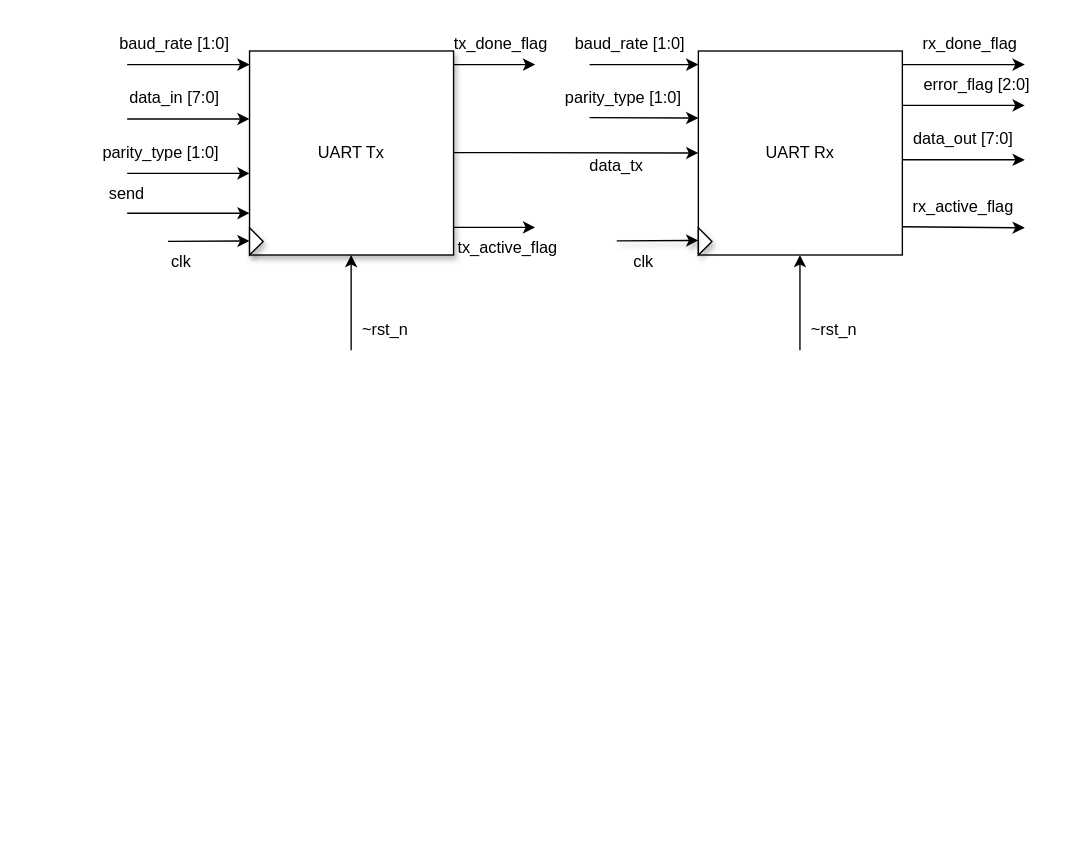
106210049/UART-SystemVerilog keeps this draw.io diagram as page "UART" (1 of 11) of UART Diagram.drawio. Above is the earlier version. Source tidied: cells renumbered, new cells numbered last; positions are measured from the earlier drawing's top-left corner, leaving out a move shared by most shapes. Both pictures are drawn from the tidied source at 136%, with x=0, y=0 at pixel (86, 23).
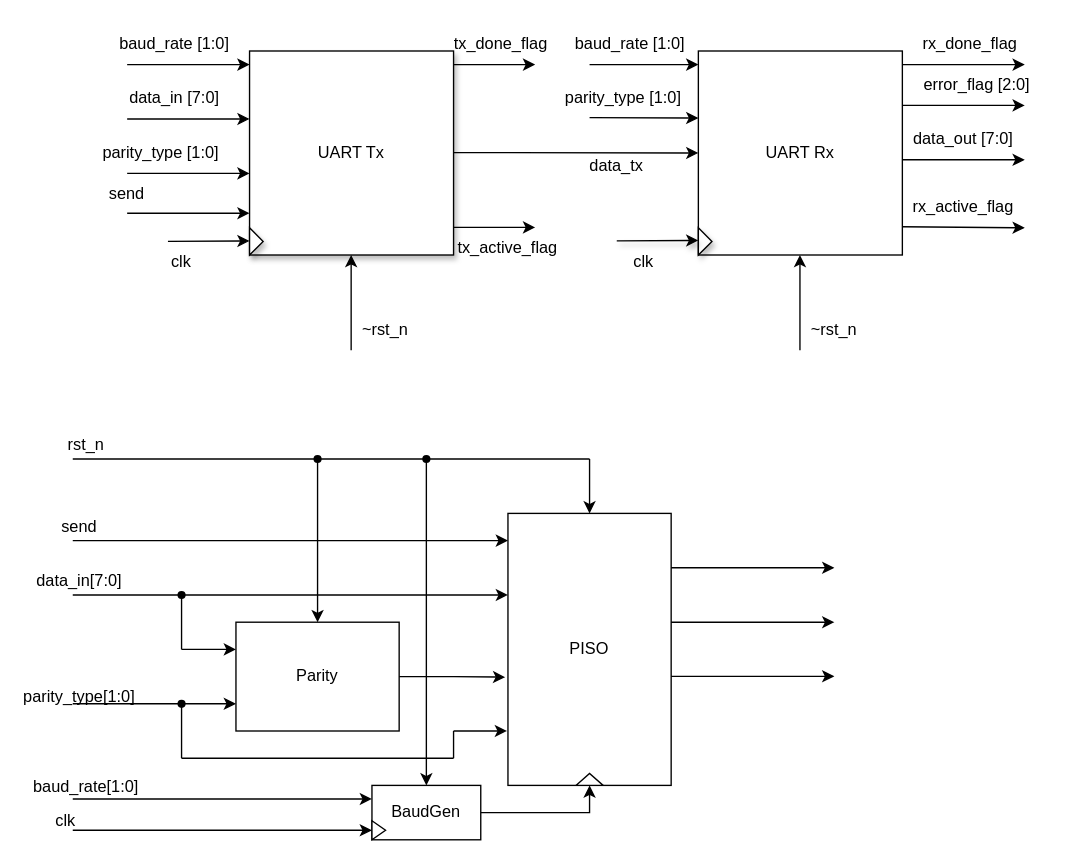
Above is the later version.

Diff of the diagram source:
```diff
@@
+    <mxCell id="40" value="PISO" style="rounded=0;whiteSpace=wrap;html=1;" parent="1" vertex="1">
+      <mxGeometry x="310" y="360" width="120" height="200" as="geometry" />
+    </mxCell>
+    <mxCell id="41" value="Parity" style="rounded=0;whiteSpace=wrap;html=1;" parent="1" vertex="1">
+      <mxGeometry x="110" y="440" width="120" height="80" as="geometry" />
+    </mxCell>
+    <mxCell id="42" style="edgeStyle=orthogonalEdgeStyle;rounded=0;jettySize=auto;html=1;entryX=0.5;entryY=1;entryDx=0;entryDy=0;" parent="1" edge="1" source="43" target="40">
+      <mxGeometry relative="1" as="geometry" />
+    </mxCell>
+    <mxCell id="43" value="BaudGen" style="rounded=0;whiteSpace=wrap;html=1;" parent="1" vertex="1">
+      <mxGeometry x="210" y="560" width="80" height="40" as="geometry" />
+    </mxCell>
+    <mxCell id="44" style="endArrow=classic;html=1;rounded=0;" parent="1" edge="1">
+      <mxGeometry relative="1" as="geometry">
+        <mxPoint x="-10" y="380" as="sourcePoint" />
+        <mxPoint x="310" y="380" as="targetPoint" />
+      </mxGeometry>
+    </mxCell>
+    <mxCell id="45" style="endArrow=none;html=1;rounded=0;" parent="1" edge="1">
+      <mxGeometry relative="1" as="geometry">
+        <mxPoint x="-10" y="320" as="sourcePoint" />
+        <mxPoint x="370" y="320" as="targetPoint" />
+      </mxGeometry>
+    </mxCell>
+    <mxCell id="46" style="endArrow=classic;html=1;rounded=0;entryX=0.5;entryY=0;entryDx=0;entryDy=0;" parent="1" edge="1" target="40">
+      <mxGeometry relative="1" as="geometry">
+        <mxPoint x="370" y="320" as="sourcePoint" />
+      </mxGeometry>
+    </mxCell>
+    <mxCell id="47" style="endArrow=classic;html=1;rounded=0;" parent="1" edge="1">
+      <mxGeometry relative="1" as="geometry">
+        <mxPoint x="-10" y="420" as="sourcePoint" />
+        <mxPoint x="310" y="420" as="targetPoint" />
+      </mxGeometry>
+    </mxCell>
+    <mxCell id="48" style="triangle;whiteSpace=wrap;html=1;rotation=-90;" parent="1" vertex="1">
+      <mxGeometry x="365.6" y="545.6" width="8.8" height="20" as="geometry" />
+    </mxCell>
+    <mxCell id="49" style="triangle;whiteSpace=wrap;html=1;" parent="1" vertex="1">
+      <mxGeometry x="210" y="586" width="10" height="14" as="geometry" />
+    </mxCell>
+    <mxCell id="50" style="endArrow=classic;html=1;rounded=0;entryX=0;entryY=0.5;entryDx=0;entryDy=0;" parent="1" edge="1" target="49">
+      <mxGeometry relative="1" as="geometry">
+        <mxPoint x="-10" y="593" as="sourcePoint" />
+      </mxGeometry>
+    </mxCell>
+    <mxCell id="51" style="endArrow=classic;html=1;rounded=0;entryX=0;entryY=0.25;entryDx=0;entryDy=0;" parent="1" edge="1" target="43">
+      <mxGeometry relative="1" as="geometry">
+        <mxPoint x="-10" y="570" as="sourcePoint" />
+      </mxGeometry>
+    </mxCell>
+    <mxCell id="52" value="baud_rate[1:0]" style="text;strokeColor=none;align=center;fillColor=none;html=1;verticalAlign=middle;whiteSpace=wrap;rounded=0;" parent="1" vertex="1">
+      <mxGeometry x="-30" y="545.6" width="60" height="30" as="geometry" />
+    </mxCell>
+    <mxCell id="53" value="clk" style="text;strokeColor=none;align=center;fillColor=none;html=1;verticalAlign=middle;whiteSpace=wrap;rounded=0;" parent="1" vertex="1">
+      <mxGeometry x="-30" y="575.6" width="30" height="20" as="geometry" />
+    </mxCell>
+    <mxCell id="54" style="endArrow=classic;html=1;rounded=0;entryX=0.5;entryY=0;entryDx=0;entryDy=0;" parent="1" edge="1" target="41">
+      <mxGeometry relative="1" as="geometry">
+        <mxPoint x="170" y="320" as="sourcePoint" />
+      </mxGeometry>
+    </mxCell>
+    <mxCell id="55" style="shape=waypoint;sketch=0;fillStyle=solid;size=6;fillColor=none;perimeter=centerPerimeter;" parent="1" vertex="1">
+      <mxGeometry x="160" y="310" width="20" height="20" as="geometry" />
+    </mxCell>
+    <mxCell id="56" value="rst_n" style="text;strokeColor=none;align=center;fillColor=none;html=1;verticalAlign=middle;whiteSpace=wrap;rounded=0;" parent="1" vertex="1">
+      <mxGeometry x="-20" y="300" width="40" height="20" as="geometry" />
+    </mxCell>
+    <mxCell id="57" style="endArrow=classic;html=1;rounded=0;entryX=0.5;entryY=0;entryDx=0;entryDy=0;" parent="1" edge="1" target="43">
+      <mxGeometry relative="1" as="geometry">
+        <mxPoint x="250" y="320" as="sourcePoint" />
+      </mxGeometry>
+    </mxCell>
+    <mxCell id="58" style="shape=waypoint;sketch=0;fillStyle=solid;size=6;fillColor=none;perimeter=centerPerimeter;" parent="1" vertex="1">
+      <mxGeometry x="240" y="310" width="20" height="20" as="geometry" />
+    </mxCell>
+    <mxCell id="59" style="endArrow=none;html=1;rounded=0;" parent="1" edge="1">
+      <mxGeometry relative="1" as="geometry">
+        <mxPoint x="70" y="460" as="sourcePoint" />
+        <mxPoint x="70" y="420" as="targetPoint" />
+      </mxGeometry>
+    </mxCell>
+    <mxCell id="60" style="endArrow=classic;html=1;rounded=0;entryX=0;entryY=0.25;entryDx=0;entryDy=0;" parent="1" edge="1" target="41">
+      <mxGeometry relative="1" as="geometry">
+        <mxPoint x="70" y="460" as="sourcePoint" />
+      </mxGeometry>
+    </mxCell>
+    <mxCell id="61" style="edgeStyle=orthogonalEdgeStyle;rounded=0;jettySize=auto;html=1;entryX=-0.017;entryY=0.602;entryDx=0;entryDy=0;entryPerimeter=0;" parent="1" edge="1" source="41" target="40">
+      <mxGeometry relative="1" as="geometry" />
+    </mxCell>
+    <mxCell id="62" style="endArrow=classic;html=1;rounded=0;" parent="1" edge="1">
+      <mxGeometry relative="1" as="geometry">
+        <mxPoint x="-10" y="500" as="sourcePoint" />
+        <mxPoint x="110" y="500" as="targetPoint" />
+      </mxGeometry>
+    </mxCell>
+    <mxCell id="63" style="endArrow=none;html=1;rounded=0;" parent="1" edge="1">
+      <mxGeometry relative="1" as="geometry">
+        <mxPoint x="70" y="540" as="sourcePoint" />
+        <mxPoint x="70" y="500" as="targetPoint" />
+      </mxGeometry>
+    </mxCell>
+    <mxCell id="64" style="endArrow=none;html=1;rounded=0;" parent="1" edge="1">
+      <mxGeometry relative="1" as="geometry">
+        <mxPoint x="70" y="540" as="sourcePoint" />
+        <mxPoint x="270" y="540" as="targetPoint" />
+      </mxGeometry>
+    </mxCell>
+    <mxCell id="65" style="shape=waypoint;sketch=0;fillStyle=solid;size=6;fillColor=none;perimeter=centerPerimeter;" parent="1" vertex="1">
+      <mxGeometry x="60" y="490" width="20" height="20" as="geometry" />
+    </mxCell>
+    <mxCell id="66" style="endArrow=none;html=1;rounded=0;" parent="1" edge="1">
+      <mxGeometry relative="1" as="geometry">
+        <mxPoint x="270" y="540" as="sourcePoint" />
+        <mxPoint x="270" y="520" as="targetPoint" />
+      </mxGeometry>
+    </mxCell>
+    <mxCell id="67" style="endArrow=classic;html=1;rounded=0;entryX=-0.006;entryY=0.8;entryDx=0;entryDy=0;entryPerimeter=0;" parent="1" edge="1" target="40">
+      <mxGeometry relative="1" as="geometry">
+        <mxPoint x="270" y="520" as="sourcePoint" />
+      </mxGeometry>
+    </mxCell>
+    <mxCell id="68" style="endArrow=classic;html=1;rounded=0;" parent="1" edge="1">
+      <mxGeometry relative="1" as="geometry">
+        <mxPoint x="430" y="400" as="sourcePoint" />
+        <mxPoint x="550" y="400" as="targetPoint" />
+      </mxGeometry>
+    </mxCell>
+    <mxCell id="69" style="endArrow=classic;html=1;rounded=0;" parent="1" edge="1">
+      <mxGeometry relative="1" as="geometry">
+        <mxPoint x="430" y="440" as="sourcePoint" />
+        <mxPoint x="550" y="440" as="targetPoint" />
+      </mxGeometry>
+    </mxCell>
+    <mxCell id="70" style="endArrow=classic;html=1;rounded=0;" parent="1" edge="1">
+      <mxGeometry relative="1" as="geometry">
+        <mxPoint x="430" y="479.8" as="sourcePoint" />
+        <mxPoint x="550" y="479.8" as="targetPoint" />
+      </mxGeometry>
+    </mxCell>
+    <mxCell id="71" style="shape=waypoint;sketch=0;fillStyle=solid;size=6;fillColor=none;perimeter=centerPerimeter;" parent="1" vertex="1">
+      <mxGeometry x="60" y="410" width="20" height="20" as="geometry" />
+    </mxCell>
+    <mxCell id="72" value="data_in[7:0]" style="text;strokeColor=none;align=center;fillColor=none;html=1;verticalAlign=middle;whiteSpace=wrap;rounded=0;" parent="1" vertex="1">
+      <mxGeometry x="-25" y="400" width="40" height="20" as="geometry" />
+    </mxCell>
+    <mxCell id="73" value="send" style="text;strokeColor=none;align=center;fillColor=none;html=1;verticalAlign=middle;whiteSpace=wrap;rounded=0;" parent="1" vertex="1">
+      <mxGeometry x="-25" y="360" width="40" height="20" as="geometry" />
+    </mxCell>
+    <mxCell id="74" value="parity_type[1:0]" style="text;strokeColor=none;align=center;fillColor=none;html=1;verticalAlign=middle;whiteSpace=wrap;rounded=0;" parent="1" vertex="1">
+      <mxGeometry x="-35" y="480" width="60" height="30" as="geometry" />
+    </mxCell>
```
